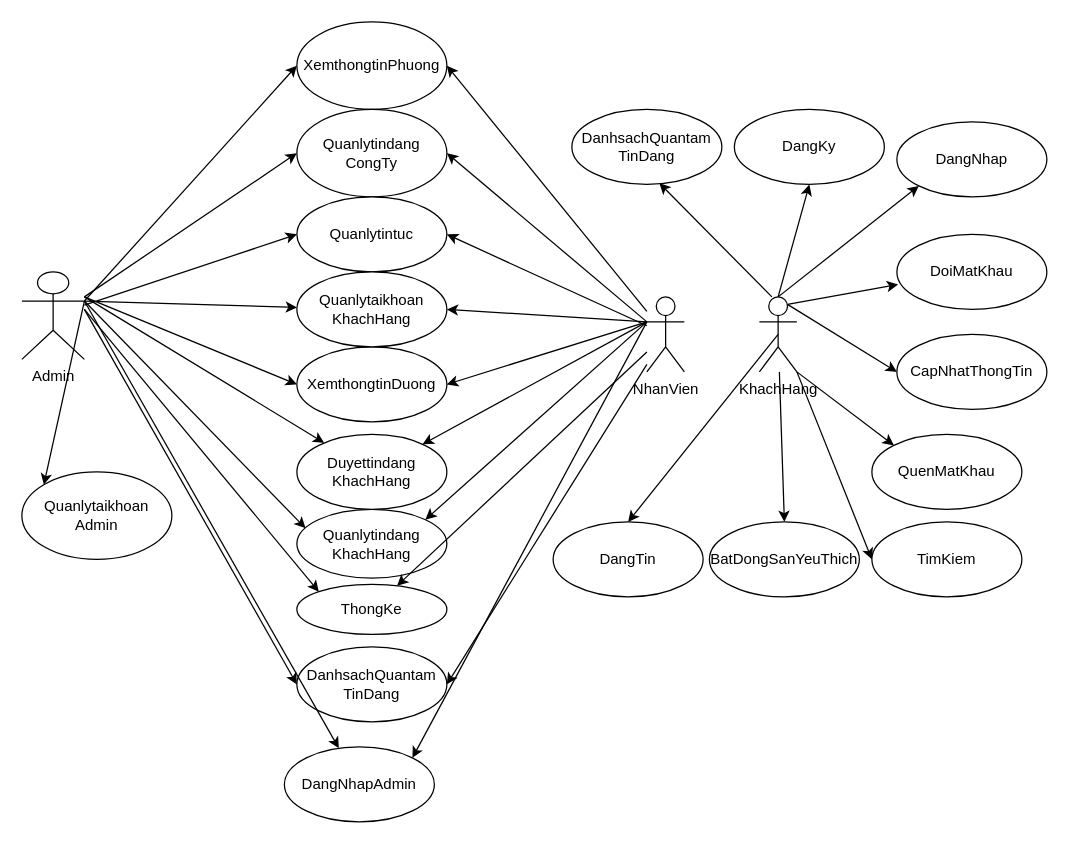
This is page "Page-1" (1 of 19) of usecasetongquatbds.drawio from phamhieudev/BatDongSan, a draw.io file, before an edit. Source tidied: cells renumbered, new cells numbered last; positions are measured from the earlier drawing's top-left corner, leaving out a move shared by most shapes. Both pictures are drawn from the tidied source at 125%, with x=0, y=0 at pixel (21, 21).
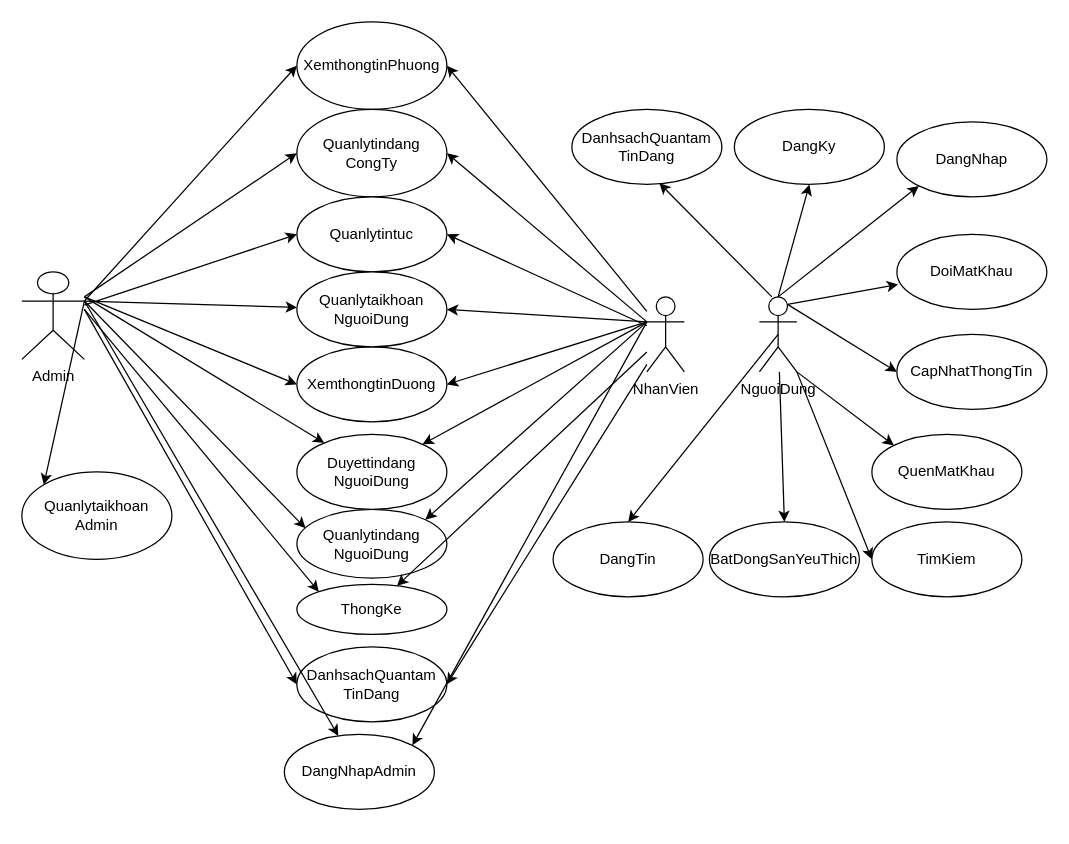
The same diagram, later.

Diff of the diagram source:
```diff
@@
-    <mxCell id="8" value="Quanlytindang&lt;br&gt;KhachHang" style="ellipse;whiteSpace=wrap;html=1;" parent="1" vertex="1">
+    <mxCell id="8" value="Quanlytindang&lt;br&gt;NguoiDung" style="ellipse;whiteSpace=wrap;html=1;" parent="1" vertex="1">
       <mxGeometry x="220" y="390" width="120" height="55" as="geometry" />
     </mxCell>
@@
-    <mxCell id="11" value="Duyettindang&lt;br&gt;KhachHang" style="ellipse;whiteSpace=wrap;html=1;" parent="1" vertex="1">
+    <mxCell id="11" value="Duyettindang&lt;br&gt;NguoiDung" style="ellipse;whiteSpace=wrap;html=1;" parent="1" vertex="1">
       <mxGeometry x="220" y="330" width="120" height="60" as="geometry" />
     </mxCell>
@@
-    <mxCell id="19" value="Quanlytaikhoan&lt;br&gt;KhachHang" style="ellipse;whiteSpace=wrap;html=1;" parent="1" vertex="1">
+    <mxCell id="19" value="Quanlytaikhoan&lt;br&gt;NguoiDung" style="ellipse;whiteSpace=wrap;html=1;" parent="1" vertex="1">
       <mxGeometry x="220" y="200" width="120" height="60" as="geometry" />
     </mxCell>
@@
-    <mxCell id="30" value="KhachHang" style="shape=umlActor;verticalLabelPosition=bottom;verticalAlign=top;html=1;outlineConnect=0;" parent="1" vertex="1">
+    <mxCell id="30" value="NguoiDung" style="shape=umlActor;verticalLabelPosition=bottom;verticalAlign=top;html=1;outlineConnect=0;" parent="1" vertex="1">
       <mxGeometry x="590" y="220" width="30" height="60" as="geometry" />
     </mxCell>
@@
     <mxCell id="52" value="DangNhapAdmin" style="ellipse;whiteSpace=wrap;html=1;" parent="1" vertex="1">
-      <mxGeometry x="210" y="580" width="120" height="60" as="geometry" />
+      <mxGeometry x="210" y="570" width="120" height="60" as="geometry" />
     </mxCell>
```
